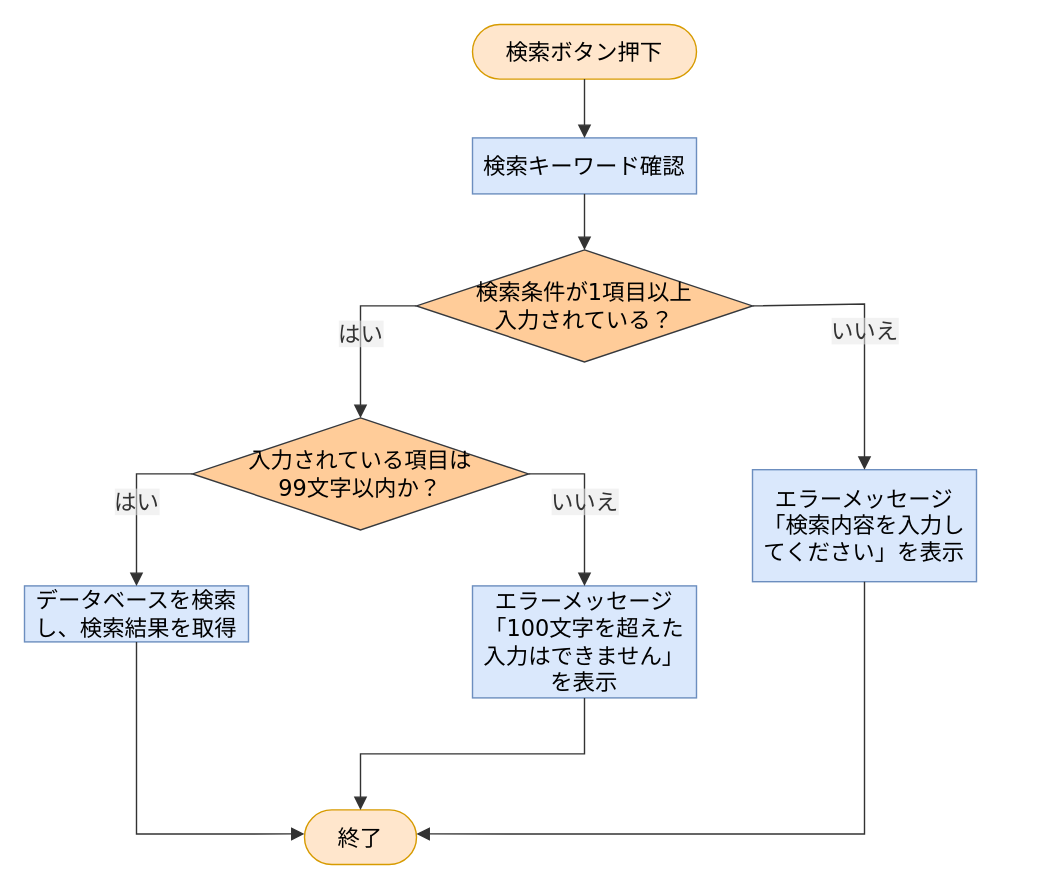
Earlier version of the draw.io diagram 詳細設計書/7班/flowchart/スタッフ退会.drawio (rs002421-creator/-). Source tidied: cells renumbered, new cells numbered last; positions are measured from the earlier drawing's top-left corner, leaving out a move shared by most shapes. Both pictures are drawn from the tidied source at 140%, with x=0, y=0 at pixel (24, 24).
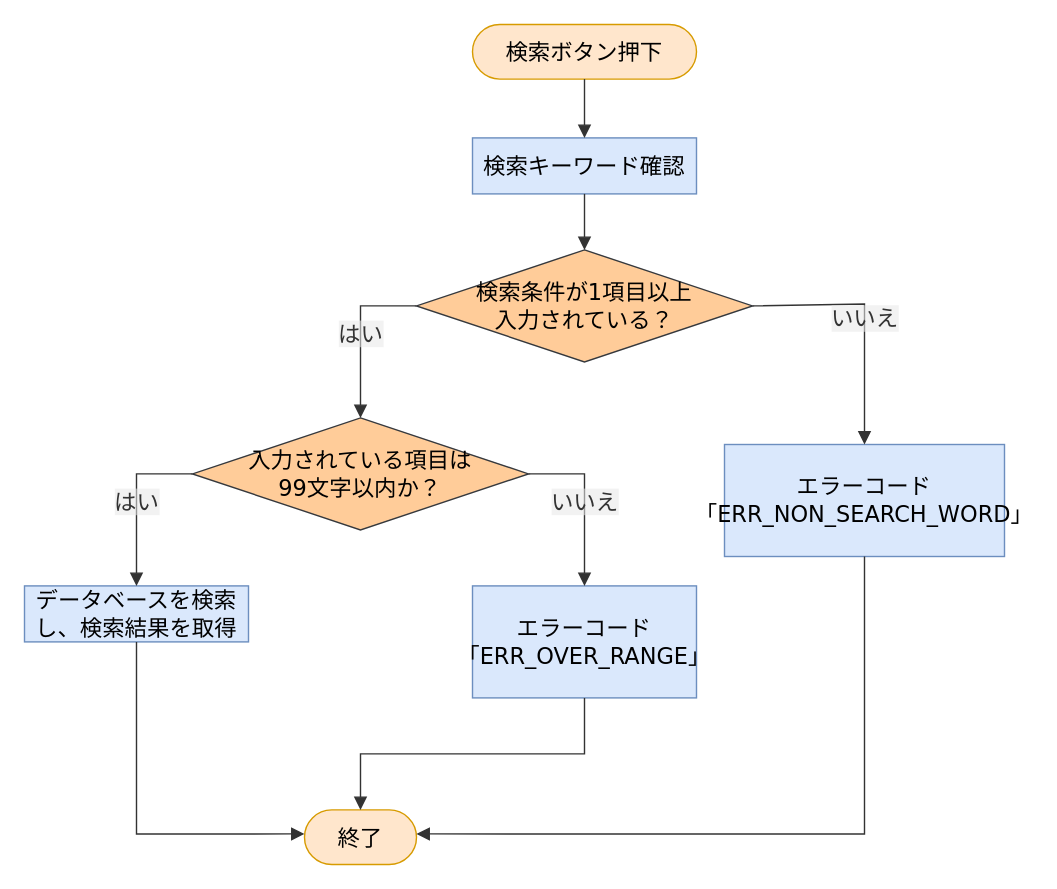
The same page after the edit.

What changed in the source:
```diff
@@
-    <mxCell id="6" value="エラーメッセージ「検索内容を⼊⼒してください」を表示" style="html=1;whiteSpace=wrap;strokeWidth=1;fillColor=#dae8fc;strokeColor=#6c8ebf;fontFamily=Trebuchet MS,Verdana,Arial,sans-serif;fontSize=16;" parent="1" vertex="1">
-      <mxGeometry x="520" y="318" width="160" height="80" as="geometry" />
+    <mxCell id="6" value="エラーコード「ERR_NON_SEARCH_WORD」" style="html=1;whiteSpace=wrap;strokeWidth=1;fillColor=#dae8fc;strokeColor=#6c8ebf;fontFamily=Trebuchet MS,Verdana,Arial,sans-serif;fontSize=16;" parent="1" vertex="1">
+      <mxGeometry x="500" y="300" width="200" height="80" as="geometry" />
     </mxCell>
@@
-    <mxCell id="8" value="エラーメッセージ「100⽂字を超えた入力はできません」を表示" style="html=1;whiteSpace=wrap;strokeWidth=1;fillColor=#dae8fc;strokeColor=#6c8ebf;fontFamily=Trebuchet MS,Verdana,Arial,sans-serif;fontSize=16;" parent="1" vertex="1">
+    <mxCell id="8" value="エラーコード「ERR_OVER_RANGE」" style="html=1;whiteSpace=wrap;strokeWidth=1;fillColor=#dae8fc;strokeColor=#6c8ebf;fontFamily=Trebuchet MS,Verdana,Arial,sans-serif;fontSize=16;" parent="1" vertex="1">
       <mxGeometry x="320" y="401" width="160" height="80" as="geometry" />
     </mxCell>
```
